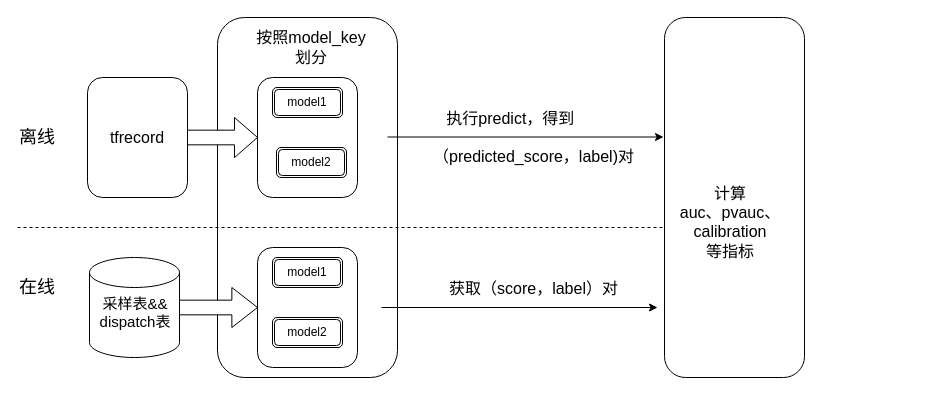
Before: Untitled Diagram.drawio in wangxiaxiaxia/blog, a draw.io diagram. Source tidied: cells renumbered, new cells numbered last; positions are measured from the earlier drawing's top-left corner, leaving out a move shared by most shapes. Both pictures are drawn from the tidied source at 100%, with x=0, y=0 at pixel (17, 17).
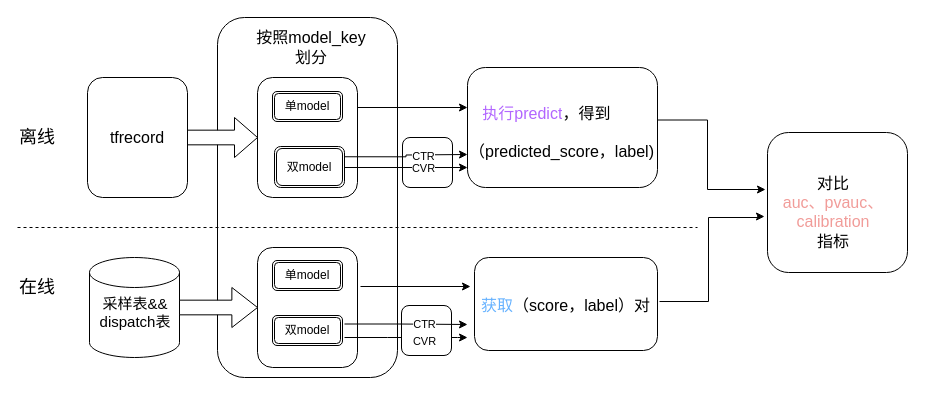
The same diagram, later.

Unchanged cells that the change refers to:
```xml
<mxCell id="5" style="rounded=1;whiteSpace=wrap;html=1;" parent="1" vertex="1">
  <mxGeometry x="240" y="60" width="100" height="120" as="geometry" />
</mxCell>
```

The edit, as a diff of the source:
```diff
@@
+    <mxCell id="27" style="rounded=1;whiteSpace=wrap;html=1;" parent="1" vertex="1">
+      <mxGeometry x="384" y="288" width="50" height="50" as="geometry" />
+    </mxCell>
+    <mxCell id="28" style="rounded=1;whiteSpace=wrap;html=1;" parent="1" vertex="1">
+      <mxGeometry x="385" y="120" width="50" height="50" as="geometry" />
+    </mxCell>
@@
-    <mxCell id="9" value="model1" style="shape=ext;double=1;rounded=1;whiteSpace=wrap;html=1;" parent="1" vertex="1">
-      <mxGeometry x="255" y="70" width="70" height="30" as="geometry" />
+    <mxCell id="9" value="单model" style="shape=ext;double=1;rounded=1;whiteSpace=wrap;html=1;" parent="1" vertex="1">
+      <mxGeometry x="255" y="74" width="70" height="30" as="geometry" />
     </mxCell>
-    <mxCell id="10" value="model2" style="shape=ext;double=1;rounded=1;whiteSpace=wrap;html=1;" parent="1" vertex="1">
-      <mxGeometry x="259" y="130" width="70" height="30" as="geometry" />
+    <mxCell id="10" value="双model" style="shape=ext;double=1;rounded=1;whiteSpace=wrap;html=1;" parent="1" vertex="1">
+      <mxGeometry x="257" y="129" width="70" height="41" as="geometry" />
     </mxCell>
-    <mxCell id="11" value="model1" style="shape=ext;double=1;rounded=1;whiteSpace=wrap;html=1;" parent="1" vertex="1">
-      <mxGeometry x="255" y="240" width="70" height="30" as="geometry" />
+    <mxCell id="11" value="单model" style="shape=ext;double=1;rounded=1;whiteSpace=wrap;html=1;" parent="1" vertex="1">
+      <mxGeometry x="255" y="243" width="70" height="30" as="geometry" />
     </mxCell>
@@
-    <mxCell id="20" value="model2" style="shape=ext;double=1;rounded=1;whiteSpace=wrap;html=1;" parent="1" vertex="1">
-      <mxGeometry x="255" y="300" width="70" height="30" as="geometry" />
+    <mxCell id="20" value="双model" style="shape=ext;double=1;rounded=1;whiteSpace=wrap;html=1;" parent="1" vertex="1">
+      <mxGeometry x="255" y="298" width="70" height="30" as="geometry" />
     </mxCell>
-    <mxCell id="21" style="endArrow=classic;html=1;rounded=0;edgeStyle=orthogonalEdgeStyle;strokeColor=#000000;" parent="1" edge="1">
-      <mxGeometry relative="1" as="geometry">
-        <mxPoint x="364" y="290" as="sourcePoint" />
-        <mxPoint x="640" y="290" as="targetPoint" />
-      </mxGeometry>
-    </mxCell>
-    <mxCell id="22" value="&lt;span style=&quot;color: rgb(0 , 0 , 0) ; font-family: &amp;#34;helvetica&amp;#34; ; font-size: 16px ; font-style: normal ; font-weight: 400 ; letter-spacing: normal ; text-align: center ; text-indent: 0px ; text-transform: none ; word-spacing: 0px ; background-color: rgb(255 , 255 , 255) ; display: inline ; float: none&quot;&gt;获取（score，label）对&lt;/span&gt;" style="text;whiteSpace=wrap;html=1;" parent="1" vertex="1">
-      <mxGeometry x="430" y="255" width="180" height="30" as="geometry" />
-    </mxCell>
-    <mxCell id="23" style="endArrow=classic;html=1;rounded=0;edgeStyle=orthogonalEdgeStyle;strokeColor=#000000;" parent="1" edge="1">
-      <mxGeometry relative="1" as="geometry">
-        <mxPoint x="370" y="119.5" as="sourcePoint" />
-        <mxPoint x="646" y="119.5" as="targetPoint" />
-      </mxGeometry>
-    </mxCell>
-    <mxCell id="24" value="&lt;span style=&quot;color: rgb(0 , 0 , 0) ; font-family: &amp;#34;helvetica&amp;#34; ; font-size: 16px ; font-style: normal ; font-weight: 400 ; letter-spacing: normal ; text-align: center ; text-indent: 0px ; text-transform: none ; word-spacing: 0px ; background-color: rgb(255 , 255 , 255) ; display: inline ; float: none&quot;&gt;&amp;nbsp; &amp;nbsp;执行predict，得到&lt;br&gt;&lt;br&gt;（predicted_&lt;/span&gt;&lt;span style=&quot;font-family: &amp;#34;helvetica&amp;#34; ; font-size: 16px ; text-align: center ; background-color: rgb(255 , 255 , 255)&quot;&gt;score，label)对&lt;/span&gt;" style="text;whiteSpace=wrap;html=1;" parent="1" vertex="1">
-      <mxGeometry x="414" y="85" width="220" height="30" as="geometry" />
-    </mxCell>
     <mxCell id="25" style="rounded=1;whiteSpace=wrap;html=1;" parent="1" vertex="1">
-      <mxGeometry x="647" width="140" height="360" as="geometry" />
+      <mxGeometry x="750" y="115" width="140" height="140" as="geometry" />
     </mxCell>
-    <mxCell id="26" value="&lt;div style=&quot;text-align: center&quot;&gt;&lt;font face=&quot;helvetica&quot;&gt;&lt;span style=&quot;font-size: 16px ; background-color: rgb(255 , 255 , 255)&quot;&gt;计算&lt;/span&gt;&lt;/font&gt;&lt;/div&gt;&lt;div style=&quot;text-align: center&quot;&gt;&lt;font face=&quot;helvetica&quot;&gt;&lt;span style=&quot;font-size: 16px ; background-color: rgb(255 , 255 , 255)&quot;&gt;auc、pvauc、calibration&lt;/span&gt;&lt;/font&gt;&lt;/div&gt;&lt;div style=&quot;text-align: center&quot;&gt;&lt;font face=&quot;helvetica&quot;&gt;&lt;span style=&quot;font-size: 16px ; background-color: rgb(255 , 255 , 255)&quot;&gt;等指标&lt;/span&gt;&lt;/font&gt;&lt;/div&gt;" style="text;whiteSpace=wrap;html=1;" parent="1" vertex="1">
-      <mxGeometry x="637" y="160" width="150" height="30" as="geometry" />
+    <mxCell id="26" value="&lt;div style=&quot;text-align: center&quot;&gt;&lt;font face=&quot;helvetica&quot;&gt;&lt;span style=&quot;font-size: 16px ; background-color: rgb(255 , 255 , 255)&quot;&gt;对比&lt;/span&gt;&lt;/font&gt;&lt;/div&gt;&lt;div style=&quot;text-align: center&quot;&gt;&lt;font face=&quot;helvetica&quot; color=&quot;#f19c99&quot;&gt;&lt;span style=&quot;font-size: 16px ; background-color: rgb(255 , 255 , 255)&quot;&gt;auc、pvauc、calibration&lt;/span&gt;&lt;/font&gt;&lt;/div&gt;&lt;div style=&quot;text-align: center&quot;&gt;&lt;font face=&quot;helvetica&quot;&gt;&lt;span style=&quot;font-size: 16px ; background-color: rgb(255 , 255 , 255)&quot;&gt;指标&lt;/span&gt;&lt;/font&gt;&lt;/div&gt;" style="text;whiteSpace=wrap;html=1;" parent="1" vertex="1">
+      <mxGeometry x="740" y="150" width="150" height="30" as="geometry" />
     </mxCell>
+    <mxCell id="29" style="endArrow=classic;html=1;rounded=0;edgeStyle=orthogonalEdgeStyle;strokeColor=#000000;exitX=1;exitY=0.25;exitDx=0;exitDy=0;" parent="1" edge="1" source="10">
+      <mxGeometry relative="1" as="geometry">
+        <mxPoint x="450" y="137" as="targetPoint" />
+      </mxGeometry>
+    </mxCell>
+    <mxCell id="30" value="CTR" style="edgeLabel;html=1;align=center;verticalAlign=middle;" parent="29" vertex="1">
+      <mxGeometry relative="1" as="geometry">
+        <mxPoint x="17" as="offset" />
+      </mxGeometry>
+    </mxCell>
+    <mxCell id="31" style="endArrow=classic;html=1;rounded=0;edgeStyle=orthogonalEdgeStyle;strokeColor=#000000;" parent="1" edge="1">
+      <mxGeometry relative="1" as="geometry">
+        <mxPoint x="327" y="150" as="sourcePoint" />
+        <mxPoint x="450" y="150" as="targetPoint" />
+      </mxGeometry>
+    </mxCell>
+    <mxCell id="32" value="CVR" style="edgeLabel;html=1;align=center;verticalAlign=middle;" parent="31" vertex="1">
+      <mxGeometry relative="1" as="geometry">
+        <mxPoint x="16" as="offset" />
+      </mxGeometry>
+    </mxCell>
+    <mxCell id="33" style="endArrow=classic;html=1;rounded=0;edgeStyle=orthogonalEdgeStyle;strokeColor=#000000;exitX=1;exitY=0.25;exitDx=0;exitDy=0;" parent="1" edge="1">
+      <mxGeometry relative="1" as="geometry">
+        <mxPoint x="327" y="306.5" as="sourcePoint" />
+        <mxPoint x="450" y="307" as="targetPoint" />
+        <Array as="points">
+          <mxPoint x="380" y="307" />
+          <mxPoint x="380" y="307" />
+        </Array>
+      </mxGeometry>
+    </mxCell>
+    <mxCell id="34" value="CTR" style="edgeLabel;html=1;align=center;verticalAlign=middle;" parent="33" vertex="1">
+      <mxGeometry relative="1" as="geometry">
+        <mxPoint x="18" as="offset" />
+      </mxGeometry>
+    </mxCell>
+    <mxCell id="35" style="endArrow=classic;html=1;rounded=0;edgeStyle=orthogonalEdgeStyle;strokeColor=#000000;startArrow=none;" parent="1" edge="1" source="27">
+      <mxGeometry relative="1" as="geometry">
+        <mxPoint x="450" y="320" as="targetPoint" />
+        <Array as="points">
+          <mxPoint x="440" y="320" />
+          <mxPoint x="440" y="320" />
+        </Array>
+      </mxGeometry>
+    </mxCell>
+    <mxCell id="36" style="group;" parent="1" vertex="1">
+      <mxGeometry x="450" y="50" width="190" height="120" as="geometry" />
+    </mxCell>
+    <mxCell id="37" style="rounded=1;whiteSpace=wrap;html=1;" parent="36" vertex="1">
+      <mxGeometry width="190" height="120" as="geometry" />
+    </mxCell>
+    <mxCell id="24" value="&lt;span style=&quot;color: rgb(0 , 0 , 0) ; font-family: &amp;#34;helvetica&amp;#34; ; font-size: 16px ; font-style: normal ; font-weight: 400 ; letter-spacing: normal ; text-align: center ; text-indent: 0px ; text-transform: none ; word-spacing: 0px ; background-color: rgb(255 , 255 , 255) ; display: inline ; float: none&quot;&gt;&amp;nbsp; &amp;nbsp;&lt;/span&gt;&lt;span style=&quot;font-family: &amp;#34;helvetica&amp;#34; ; font-size: 16px ; font-style: normal ; font-weight: 400 ; letter-spacing: normal ; text-align: center ; text-indent: 0px ; text-transform: none ; word-spacing: 0px ; background-color: rgb(255 , 255 , 255) ; display: inline ; float: none&quot;&gt;&lt;font color=&quot;#b266ff&quot;&gt;执行predict&lt;/font&gt;&lt;/span&gt;&lt;span style=&quot;color: rgb(0 , 0 , 0) ; font-family: &amp;#34;helvetica&amp;#34; ; font-size: 16px ; font-style: normal ; font-weight: 400 ; letter-spacing: normal ; text-align: center ; text-indent: 0px ; text-transform: none ; word-spacing: 0px ; background-color: rgb(255 , 255 , 255) ; display: inline ; float: none&quot;&gt;，得到&lt;br&gt;&lt;br&gt;（predicted_&lt;/span&gt;&lt;span style=&quot;font-family: &amp;#34;helvetica&amp;#34; ; font-size: 16px ; text-align: center ; background-color: rgb(255 , 255 , 255)&quot;&gt;score，label)&lt;/span&gt;" style="text;whiteSpace=wrap;html=1;" parent="36" vertex="1">
+      <mxGeometry y="30" width="190" height="45" as="geometry" />
+    </mxCell>
+    <mxCell id="38" style="group;" parent="1" vertex="1">
+      <mxGeometry x="457" y="240" width="185" height="93" as="geometry" />
+    </mxCell>
+    <mxCell id="39" style="rounded=1;whiteSpace=wrap;html=1;" parent="38" vertex="1">
+      <mxGeometry width="183" height="93" as="geometry" />
+    </mxCell>
+    <mxCell id="22" value="&lt;span style=&quot;font-family: &amp;#34;helvetica&amp;#34; ; font-size: 16px ; font-style: normal ; font-weight: 400 ; letter-spacing: normal ; text-align: center ; text-indent: 0px ; text-transform: none ; word-spacing: 0px ; background-color: rgb(255 , 255 , 255) ; display: inline ; float: none&quot;&gt;&lt;font color=&quot;#66b2ff&quot;&gt;获取&lt;/font&gt;&lt;/span&gt;&lt;span style=&quot;color: rgb(0 , 0 , 0) ; font-family: &amp;#34;helvetica&amp;#34; ; font-size: 16px ; font-style: normal ; font-weight: 400 ; letter-spacing: normal ; text-align: center ; text-indent: 0px ; text-transform: none ; word-spacing: 0px ; background-color: rgb(255 , 255 , 255) ; display: inline ; float: none&quot;&gt;（score，label）对&lt;/span&gt;" style="text;whiteSpace=wrap;html=1;" parent="38" vertex="1">
+      <mxGeometry x="5" y="32.4" width="180" height="46.5" as="geometry" />
+    </mxCell>
+    <mxCell id="40" style="endArrow=classic;html=1;rounded=0;edgeStyle=orthogonalEdgeStyle;strokeColor=#000000;exitX=1;exitY=0.25;exitDx=0;exitDy=0;" parent="1" edge="1" source="5">
+      <mxGeometry relative="1" as="geometry">
+        <mxPoint x="450" y="90" as="targetPoint" />
+        <Array as="points">
+          <mxPoint x="450" y="90" />
+        </Array>
+      </mxGeometry>
+    </mxCell>
+    <mxCell id="41" style="endArrow=none;html=1;rounded=0;edgeStyle=orthogonalEdgeStyle;strokeColor=#000000;" parent="1" edge="1" target="27">
+      <mxGeometry relative="1" as="geometry">
+        <mxPoint x="327" y="320" as="sourcePoint" />
+        <Array as="points">
+          <mxPoint x="370" y="320" />
+          <mxPoint x="370" y="320" />
+        </Array>
+      </mxGeometry>
+    </mxCell>
+    <mxCell id="42" value="CVR" style="edgeLabel;html=1;align=center;verticalAlign=middle;" parent="41" vertex="1">
+      <mxGeometry relative="1" as="geometry">
+        <mxPoint x="50" y="3" as="offset" />
+      </mxGeometry>
+    </mxCell>
+    <mxCell id="43" style="endArrow=classic;html=1;rounded=0;edgeStyle=orthogonalEdgeStyle;strokeColor=#000000;exitX=1;exitY=0.25;exitDx=0;exitDy=0;" parent="1" edge="1">
+      <mxGeometry relative="1" as="geometry">
+        <mxPoint x="343" y="269" as="sourcePoint" />
+        <mxPoint x="453" y="269" as="targetPoint" />
+        <Array as="points">
+          <mxPoint x="453" y="269" />
+        </Array>
+      </mxGeometry>
+    </mxCell>
+    <mxCell id="44" style="endArrow=classic;html=1;rounded=0;edgeStyle=orthogonalEdgeStyle;exitX=1;exitY=0.5;exitDx=0;exitDy=0;" parent="1" edge="1" source="24">
+      <mxGeometry relative="1" as="geometry">
+        <mxPoint x="748" y="172" as="targetPoint" />
+        <Array as="points">
+          <mxPoint x="690" y="103" />
+          <mxPoint x="690" y="172" />
+        </Array>
+      </mxGeometry>
+    </mxCell>
+    <mxCell id="45" style="endArrow=classic;html=1;rounded=0;edgeStyle=orthogonalEdgeStyle;exitX=1;exitY=0.25;exitDx=0;exitDy=0;" parent="1" edge="1" source="22">
+      <mxGeometry relative="1" as="geometry">
+        <mxPoint x="747" y="199" as="targetPoint" />
+        <Array as="points">
+          <mxPoint x="691" y="284" />
+          <mxPoint x="691" y="200" />
+          <mxPoint x="740" y="200" />
+          <mxPoint x="740" y="199" />
+        </Array>
+      </mxGeometry>
+    </mxCell>
```
